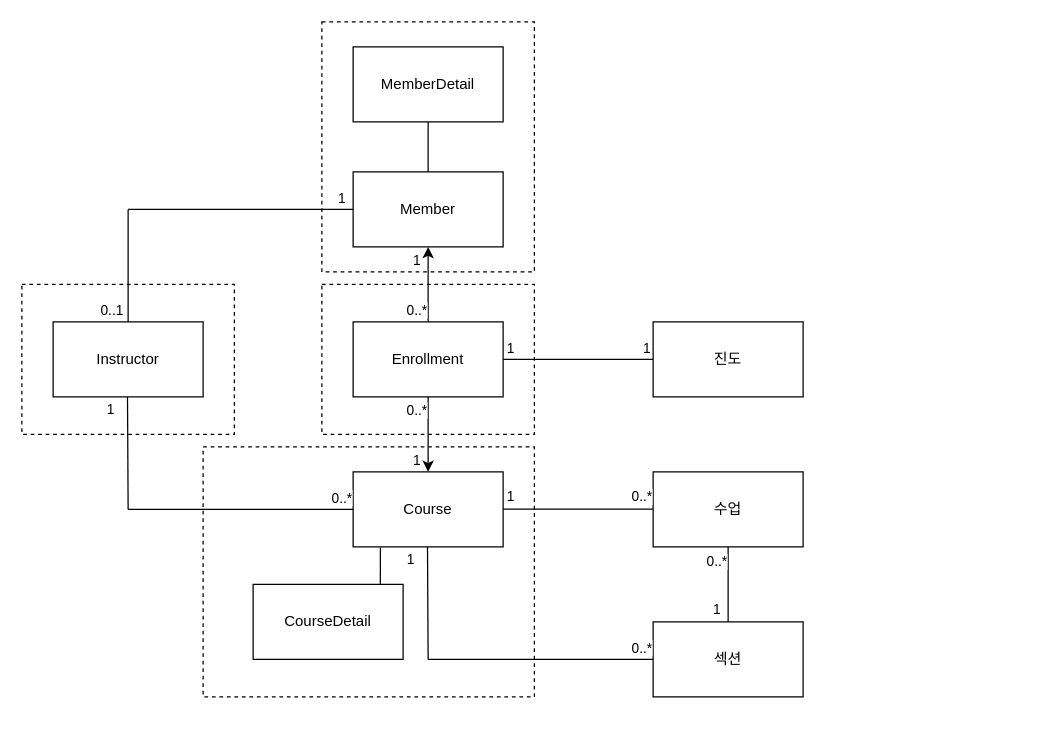
Earlier version of the draw.io diagram docs/splearn.drawio (javython999/splearn). Source tidied: cells renumbered, new cells numbered last; positions are measured from the earlier drawing's top-left corner, leaving out a move shared by most shapes. Both pictures are drawn from the tidied source at 125%, with x=0, y=0 at pixel (21, 21).
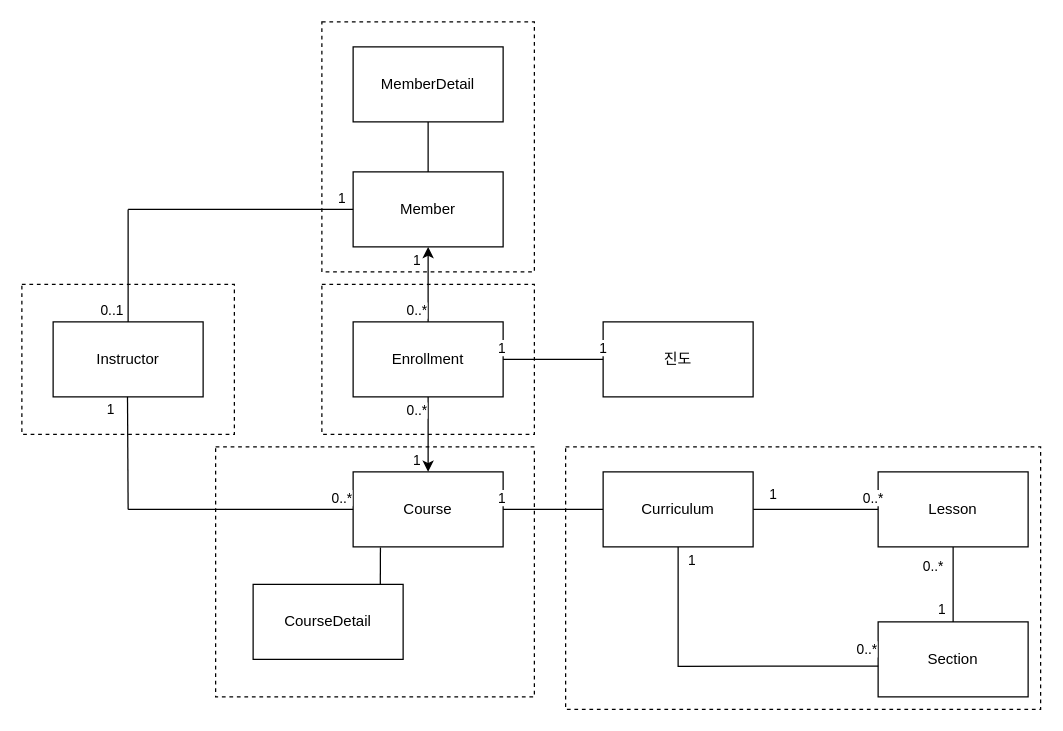
The same diagram, later.

Commit message (it also covers changes not shown here):
Curriculum domain

The change refers to these unchanged cells:
```xml
<mxCell id="13" value="Course" style="rounded=0;whiteSpace=wrap;html=1;" parent="1" vertex="1">
  <mxGeometry x="265" y="360" width="120" height="60" as="geometry" />
</mxCell>
<mxCell id="37" style="endArrow=none;html=1;rounded=0;entryX=0.5;entryY=1;entryDx=0;entryDy=0;exitX=0.5;exitY=0;exitDx=0;exitDy=0;" parent="1" edge="1" source="15" target="14">
  <mxGeometry relative="1" as="geometry" />
</mxCell>
```

The edit, as a diff of the source:
```diff
@@
+    <mxCell id="44" value=" " style="rounded=0;whiteSpace=wrap;html=1;dashed=1;strokeColor=light-dark(#000000,#00FFFF);" parent="1" vertex="1">
+      <mxGeometry x="435" y="340" width="380" height="210" as="geometry" />
+    </mxCell>
@@
     <mxCell id="3" value=" " style="rounded=0;whiteSpace=wrap;html=1;dashed=1;strokeColor=light-dark(#000000,#00FFFF);" parent="1" vertex="1">
-      <mxGeometry x="145" y="340" width="265" height="200" as="geometry" />
+      <mxGeometry x="155" y="340" width="255" height="200" as="geometry" />
     </mxCell>
@@
     <mxCell id="12" value="진도" style="rounded=0;whiteSpace=wrap;html=1;" parent="1" vertex="1">
-      <mxGeometry x="505" y="240" width="120" height="60" as="geometry" />
+      <mxGeometry x="465" y="240" width="120" height="60" as="geometry" />
     </mxCell>
@@
-    <mxCell id="14" value="수업" style="rounded=0;whiteSpace=wrap;html=1;" parent="1" vertex="1">
-      <mxGeometry x="505" y="360" width="120" height="60" as="geometry" />
+    <mxCell id="14" value="Lesson" style="rounded=0;whiteSpace=wrap;html=1;" parent="1" vertex="1">
+      <mxGeometry x="685" y="360" width="120" height="60" as="geometry" />
     </mxCell>
-    <mxCell id="15" value="섹션" style="rounded=0;whiteSpace=wrap;html=1;" parent="1" vertex="1">
-      <mxGeometry x="505" y="480" width="120" height="60" as="geometry" />
+    <mxCell id="15" value="Section" style="rounded=0;whiteSpace=wrap;html=1;" parent="1" vertex="1">
+      <mxGeometry x="685" y="480" width="120" height="60" as="geometry" />
     </mxCell>
@@
-    <mxCell id="30" style="endArrow=none;html=1;rounded=0;entryX=0.442;entryY=1.017;entryDx=0;entryDy=0;entryPerimeter=0;" parent="1" edge="1">
-      <mxGeometry relative="1" as="geometry">
-        <mxPoint x="325" y="510" as="sourcePoint" />
-        <mxPoint x="324.5" y="420" as="targetPoint" />
-      </mxGeometry>
+    <mxCell id="30" style="endArrow=none;html=1;rounded=0;exitX=0.001;exitY=0.591;exitDx=0;exitDy=0;exitPerimeter=0;edgeStyle=orthogonalEdgeStyle;entryX=0.5;entryY=1;entryDx=0;entryDy=0;" parent="1" edge="1" source="15" target="45">
+      <mxGeometry relative="1" as="geometry" />
     </mxCell>
     <mxCell id="31" value="1" style="edgeLabel;html=1;align=center;verticalAlign=middle;" parent="30" vertex="1">
       <mxGeometry x="-0.02" y="-1" relative="1" as="geometry">
-        <mxPoint x="-15" y="-36" as="offset" />
+        <mxPoint x="-25" y="-84" as="offset" />
       </mxGeometry>
     </mxCell>
-    <mxCell id="32" style="endArrow=none;html=1;rounded=0;entryX=0;entryY=0.5;entryDx=0;entryDy=0;" parent="1" edge="1">
-      <mxGeometry relative="1" as="geometry">
-        <mxPoint x="325" y="510" as="sourcePoint" />
-        <mxPoint x="505" y="510" as="targetPoint" />
-      </mxGeometry>
+    <mxCell id="32" style="endArrow=none;html=1;rounded=0;entryX=0;entryY=0.5;entryDx=0;entryDy=0;exitX=1;exitY=0.5;exitDx=0;exitDy=0;" parent="1" edge="1" source="45" target="14">
+      <mxGeometry relative="1" as="geometry" />
     </mxCell>
-    <mxCell id="33" value="0..*" style="edgeLabel;html=1;align=center;verticalAlign=middle;" parent="32" vertex="1">
-      <mxGeometry x="0.71" y="-1" relative="1" as="geometry">
-        <mxPoint x="16" y="-11" as="offset" />
-      </mxGeometry>
-    </mxCell>
-    <mxCell id="34" style="endArrow=none;html=1;rounded=0;entryX=0;entryY=0.5;entryDx=0;entryDy=0;exitX=1;exitY=0.5;exitDx=0;exitDy=0;" parent="1" edge="1">
-      <mxGeometry relative="1" as="geometry">
-        <mxPoint x="385" y="389.7" as="sourcePoint" />
-        <mxPoint x="505" y="389.7" as="targetPoint" />
-      </mxGeometry>
+    <mxCell id="34" style="endArrow=none;html=1;rounded=0;entryX=0;entryY=0.5;entryDx=0;entryDy=0;exitX=1;exitY=0.5;exitDx=0;exitDy=0;" parent="1" edge="1" source="13" target="45">
+      <mxGeometry relative="1" as="geometry" />
     </mxCell>
     <mxCell id="35" value="0..*" style="edgeLabel;html=1;align=center;verticalAlign=middle;" parent="34" vertex="1">
       <mxGeometry x="0.71" y="-1" relative="1" as="geometry">
-        <mxPoint x="7" y="-11" as="offset" />
+        <mxPoint x="227" y="-11" as="offset" />
       </mxGeometry>
     </mxCell>
@@
     <mxCell id="38" value="0..*" style="edgeLabel;html=1;align=center;verticalAlign=middle;" parent="37" vertex="1">
       <mxGeometry x="-0.02" y="-1" relative="1" as="geometry">
-        <mxPoint x="-11" y="-20" as="offset" />
+        <mxPoint x="-71" y="50" as="offset" />
       </mxGeometry>
     </mxCell>
@@
+    <mxCell id="45" value="Curriculum" style="rounded=0;whiteSpace=wrap;html=1;" parent="1" vertex="1">
+      <mxGeometry x="465" y="360" width="120" height="60" as="geometry" />
+    </mxCell>
+    <mxCell id="46" value="1" style="edgeLabel;html=1;align=center;verticalAlign=middle;" parent="1" vertex="1">
+      <mxGeometry x="575" y="480" as="geometry">
+        <mxPoint x="25" y="-103" as="offset" />
+      </mxGeometry>
+    </mxCell>
+    <mxCell id="33" value="0..*" style="edgeLabel;html=1;align=center;verticalAlign=middle;" parent="1" vertex="1">
+      <mxGeometry x="655" y="520" as="geometry">
+        <mxPoint x="73" y="-85" as="offset" />
+      </mxGeometry>
+    </mxCell>
```
